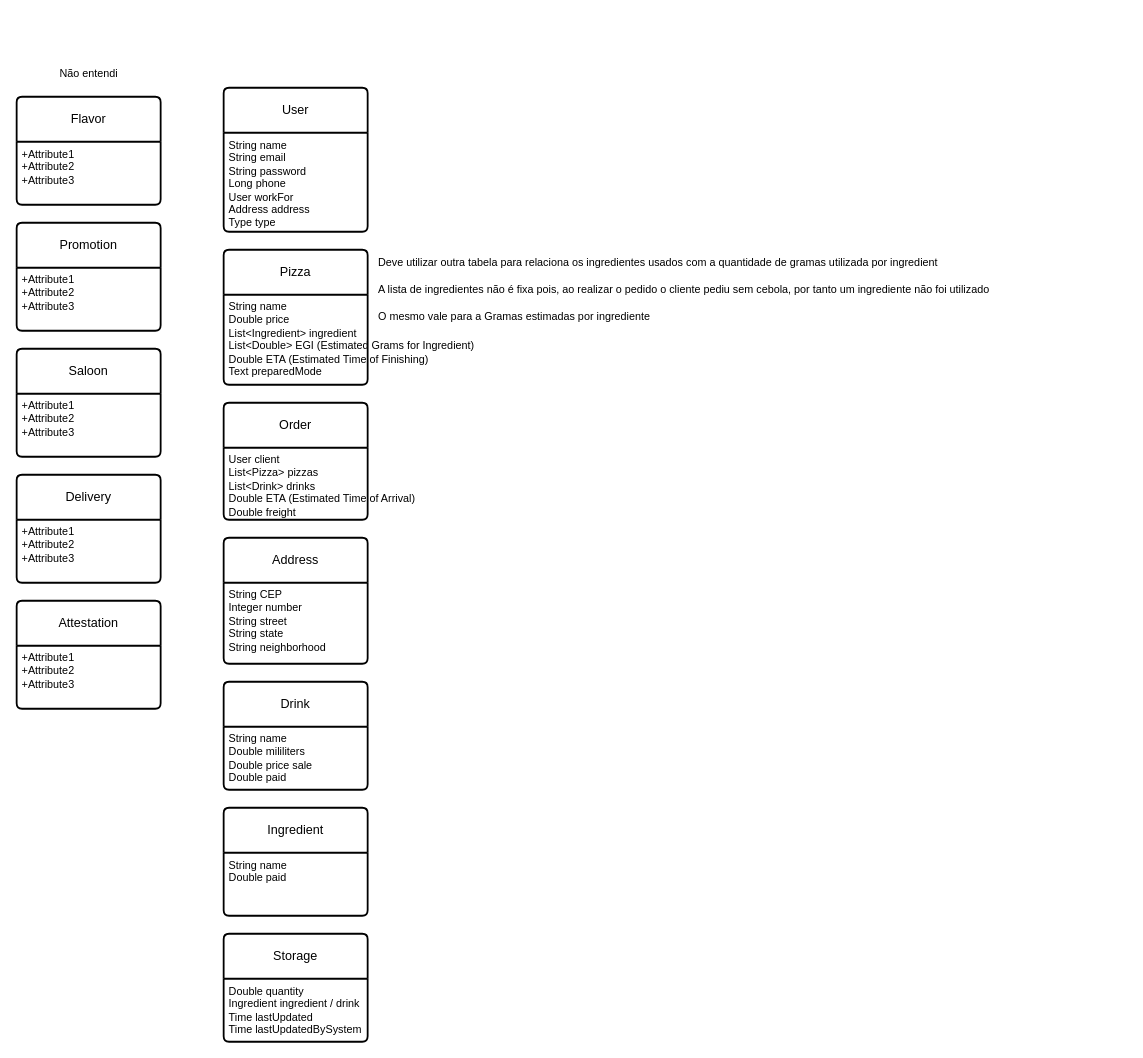
Before: page "Sketch_1-CD" (1 of 2) of DER Orderize.drawio in Sant-Thiago/Estudos, a draw.io diagram. Source tidied: cells renumbered, new cells numbered last; positions are measured from the earlier drawing's top-left corner, leaving out a move shared by most shapes. Both pictures are drawn from the tidied source at 90%, with x=0, y=0 at pixel (16, 60).
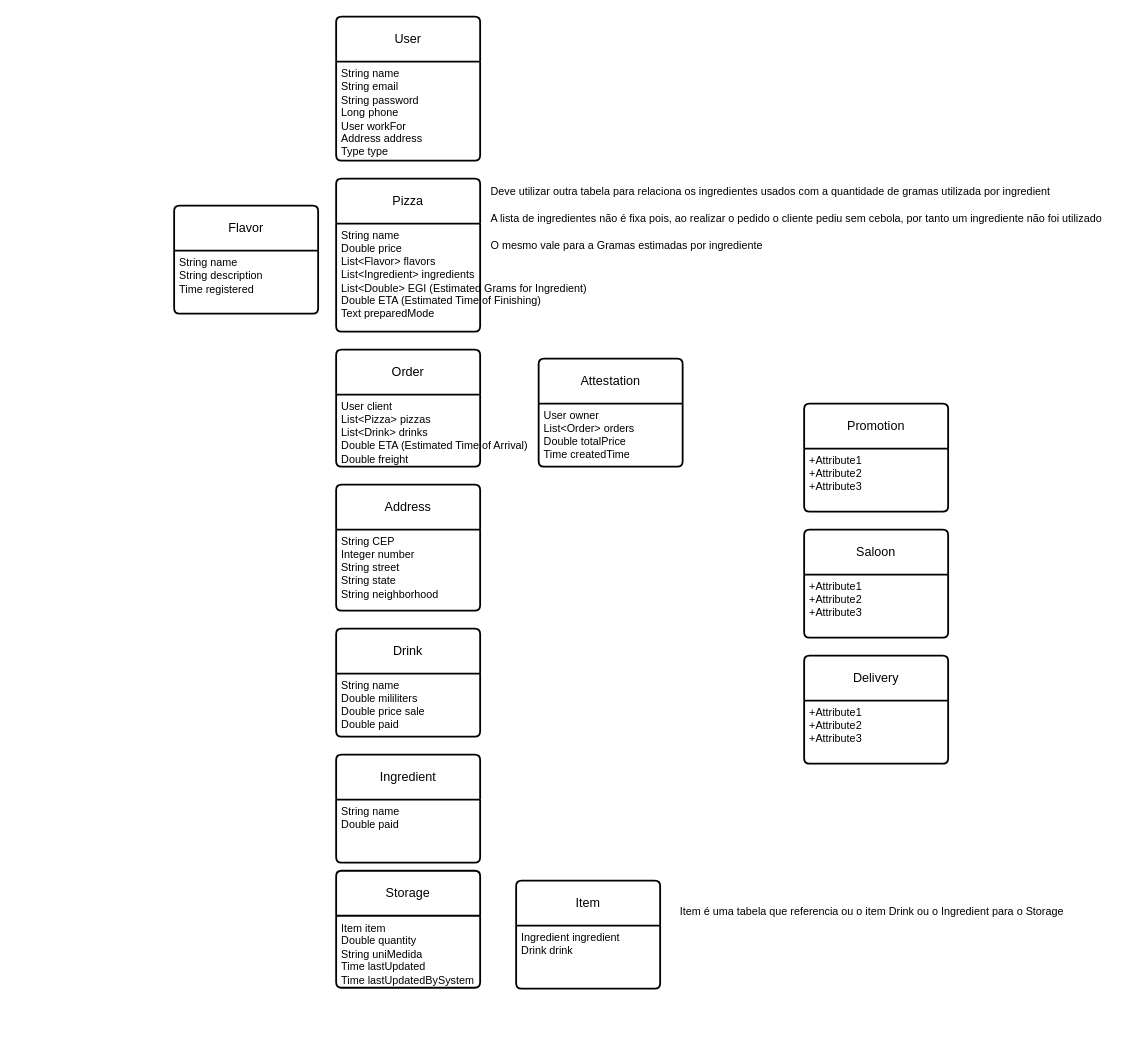
The same diagram, later.

What changed in the source:
```diff
@@
     <mxCell id="2" value="User" style="swimlane;horizontal=1;startSize=50;rounded=1;fontSize=14;fontStyle=0;strokeWidth=2;shadow=0;dashed=0;align=center;arcSize=4;whiteSpace=wrap;html=1;" parent="1" vertex="1">
-      <mxGeometry x="230" y="30" width="160" height="160" as="geometry" />
+      <mxGeometry x="355" y="-49" width="160" height="160" as="geometry" />
     </mxCell>
@@
     <mxCell id="4" value="Ord&lt;span style=&quot;background-color: initial;&quot;&gt;er&lt;/span&gt;" style="swimlane;horizontal=1;startSize=50;rounded=1;fontSize=14;fontStyle=0;strokeWidth=2;shadow=0;dashed=0;align=center;arcSize=4;whiteSpace=wrap;html=1;" parent="1" vertex="1">
-      <mxGeometry x="230" y="380" width="160" height="130" as="geometry" />
+      <mxGeometry x="355" y="321" width="160" height="130" as="geometry" />
     </mxCell>
@@
     <mxCell id="6" value="Flavor" style="swimlane;horizontal=1;startSize=50;rounded=1;fontSize=14;fontStyle=0;strokeWidth=2;shadow=0;dashed=0;align=center;arcSize=4;whiteSpace=wrap;html=1;" parent="1" vertex="1">
-      <mxGeometry y="40" width="160" height="120" as="geometry" />
+      <mxGeometry x="175" y="161" width="160" height="120" as="geometry" />
     </mxCell>
-    <mxCell id="7" value="+Attribute1&#10;+Attribute2&#10;+Attribute3" style="align=left;strokeColor=none;fillColor=none;spacingLeft=4;fontSize=12;verticalAlign=top;html=1;" parent="6" vertex="1">
+    <mxCell id="7" value="&lt;div&gt;String name&lt;/div&gt;&lt;div&gt;String description&lt;/div&gt;&lt;div&gt;Time registered&lt;br&gt;&lt;/div&gt;" style="align=left;strokeColor=none;fillColor=none;spacingLeft=4;fontSize=12;verticalAlign=top;html=1;" parent="6" vertex="1">
       <mxGeometry y="50" width="160" height="70" as="geometry" />
     </mxCell>
     <mxCell id="8" value="Promotion" style="swimlane;horizontal=1;startSize=50;rounded=1;fontSize=14;fontStyle=0;strokeWidth=2;shadow=0;dashed=0;align=center;arcSize=4;whiteSpace=wrap;html=1;" parent="1" vertex="1">
-      <mxGeometry y="180" width="160" height="120" as="geometry" />
+      <mxGeometry x="875" y="381" width="160" height="120" as="geometry" />
     </mxCell>
@@
-    <mxCell id="10" value="Attestation" style="swimlane;horizontal=1;startSize=50;rounded=1;fontSize=14;fontStyle=0;strokeWidth=2;shadow=0;dashed=0;align=center;arcSize=4;whiteSpace=wrap;html=1;" parent="1" vertex="1">
-      <mxGeometry y="600" width="160" height="120" as="geometry" />
-    </mxCell>
-    <mxCell id="11" value="+Attribute1&#10;+Attribute2&#10;+Attribute3" style="align=left;strokeColor=none;fillColor=none;spacingLeft=4;fontSize=12;verticalAlign=top;html=1;" parent="10" vertex="1">
-      <mxGeometry y="50" width="160" height="70" as="geometry" />
-    </mxCell>
     <mxCell id="12" value="Drink" style="swimlane;horizontal=1;startSize=50;rounded=1;fontSize=14;fontStyle=0;strokeWidth=2;shadow=0;dashed=0;align=center;arcSize=4;whiteSpace=wrap;html=1;" parent="1" vertex="1">
-      <mxGeometry x="230" y="690" width="160" height="120" as="geometry" />
+      <mxGeometry x="355" y="631" width="160" height="120" as="geometry" />
     </mxCell>
@@
     <mxCell id="14" value="Address" style="swimlane;horizontal=1;startSize=50;rounded=1;fontSize=14;fontStyle=0;strokeWidth=2;shadow=0;dashed=0;align=center;arcSize=4;whiteSpace=wrap;html=1;" parent="1" vertex="1">
-      <mxGeometry x="230" y="530" width="160" height="140" as="geometry" />
+      <mxGeometry x="355" y="471" width="160" height="140" as="geometry" />
     </mxCell>
@@
     <mxCell id="16" value="Storage" style="swimlane;horizontal=1;startSize=50;rounded=1;fontSize=14;fontStyle=0;strokeWidth=2;shadow=0;dashed=0;align=center;arcSize=4;whiteSpace=wrap;html=1;" parent="1" vertex="1">
-      <mxGeometry x="230" y="970" width="160" height="120" as="geometry" />
+      <mxGeometry x="355" y="900" width="160" height="130" as="geometry" />
     </mxCell>
-    <mxCell id="17" value="Double quantity&lt;div&gt;Ingredient ingredient / drink&lt;/div&gt;&lt;div&gt;Time lastUpdated&lt;/div&gt;&lt;div&gt;Time lastUpdatedBySystem&lt;br&gt;&lt;/div&gt;" style="align=left;strokeColor=none;fillColor=none;spacingLeft=4;fontSize=12;verticalAlign=top;html=1;" parent="16" vertex="1">
-      <mxGeometry y="50" width="160" height="70" as="geometry" />
+    <mxCell id="17" value="&lt;div&gt;Item item&lt;/div&gt;&lt;div&gt;Double quantity&lt;/div&gt;&lt;div&gt;String uniMedida&lt;br&gt;&lt;/div&gt;&lt;div&gt;Time lastUpdated&lt;/div&gt;&lt;div&gt;Time lastUpdatedBySystem&lt;br&gt;&lt;/div&gt;" style="align=left;strokeColor=none;fillColor=none;spacingLeft=4;fontSize=12;verticalAlign=top;html=1;" parent="16" vertex="1">
+      <mxGeometry y="50" width="160" height="80" as="geometry" />
     </mxCell>
     <mxCell id="18" value="Ingredient" style="swimlane;horizontal=1;startSize=50;rounded=1;fontSize=14;fontStyle=0;strokeWidth=2;shadow=0;dashed=0;align=center;arcSize=4;whiteSpace=wrap;html=1;" parent="1" vertex="1">
-      <mxGeometry x="230" y="830" width="160" height="120" as="geometry" />
+      <mxGeometry x="355" y="771" width="160" height="120" as="geometry" />
     </mxCell>
@@
     <mxCell id="20" value="Saloon" style="swimlane;horizontal=1;startSize=50;rounded=1;fontSize=14;fontStyle=0;strokeWidth=2;shadow=0;dashed=0;align=center;arcSize=4;whiteSpace=wrap;html=1;" parent="1" vertex="1">
-      <mxGeometry y="320" width="160" height="120" as="geometry" />
+      <mxGeometry x="875" y="521" width="160" height="120" as="geometry" />
     </mxCell>
@@
     <mxCell id="22" value="Delivery" style="swimlane;horizontal=1;startSize=50;rounded=1;fontSize=14;fontStyle=0;strokeWidth=2;shadow=0;dashed=0;align=center;arcSize=4;whiteSpace=wrap;html=1;" parent="1" vertex="1">
-      <mxGeometry y="460" width="160" height="120" as="geometry" />
+      <mxGeometry x="875" y="661" width="160" height="120" as="geometry" />
     </mxCell>
@@
-    <mxCell id="24" value="Não entendi" style="text;html=1;align=center;verticalAlign=middle;strokeColor=none;fillColor=none;fontFamily=Helvetica;fontSize=12;fontColor=default;" parent="1" vertex="1">
-      <mxGeometry x="35" width="90" height="30" as="geometry" />
-    </mxCell>
     <mxCell id="25" style="group;" parent="1" vertex="1">
-      <mxGeometry x="230" y="210" width="880" height="150" as="geometry" />
+      <mxGeometry x="352" y="210" width="880" height="250" as="geometry" />
     </mxCell>
     <mxCell id="26" value="Pizza" style="swimlane;horizontal=1;startSize=50;rounded=1;fontSize=14;fontStyle=0;strokeWidth=2;shadow=0;dashed=0;align=center;arcSize=4;whiteSpace=wrap;html=1;" parent="25" vertex="1">
-      <mxGeometry width="160" height="150" as="geometry" />
+      <mxGeometry x="3" y="-79" width="160" height="170" as="geometry" />
     </mxCell>
-    <mxCell id="27" value="&lt;div&gt;String name&lt;/div&gt;&lt;div&gt;Double price&lt;/div&gt;List&amp;lt;Ingredient&amp;gt; ingredient&lt;div&gt;List&amp;lt;Double&amp;gt; EGI (&lt;span style=&quot;background-color: initial;&quot;&gt;Estimated&lt;/span&gt;&lt;span style=&quot;background-color: initial;&quot;&gt;&amp;nbsp;&lt;/span&gt;&lt;span style=&quot;background-color: initial;&quot;&gt;G&lt;/span&gt;&lt;span style=&quot;background-color: initial;&quot;&gt;rams for Ingredient&lt;/span&gt;&lt;span style=&quot;background-color: initial;&quot;&gt;)&lt;/span&gt;&lt;/div&gt;&lt;div&gt;Double&amp;nbsp;ETA (Estimated Time of Finishing)&lt;br&gt;&lt;/div&gt;&lt;div&gt;Text preparedMode&lt;/div&gt;" style="align=left;strokeColor=none;fillColor=none;spacingLeft=4;fontSize=12;verticalAlign=top;html=1;" parent="26" vertex="1">
-      <mxGeometry y="50" width="160" height="100" as="geometry" />
+    <mxCell id="27" value="&lt;div&gt;String name&lt;/div&gt;&lt;div&gt;Double price&lt;/div&gt;&lt;div&gt;List&amp;lt;Flavor&amp;gt; flavors&lt;br&gt;&lt;/div&gt;List&amp;lt;Ingredient&amp;gt; ingredients&lt;div&gt;List&amp;lt;Double&amp;gt; EGI (&lt;span style=&quot;background-color: initial;&quot;&gt;Estimated&lt;/span&gt;&lt;span style=&quot;background-color: initial;&quot;&gt;&amp;nbsp;&lt;/span&gt;&lt;span style=&quot;background-color: initial;&quot;&gt;G&lt;/span&gt;&lt;span style=&quot;background-color: initial;&quot;&gt;rams for Ingredient&lt;/span&gt;&lt;span style=&quot;background-color: initial;&quot;&gt;)&lt;/span&gt;&lt;/div&gt;&lt;div&gt;Double&amp;nbsp;ETA (Estimated Time of Finishing)&lt;br&gt;&lt;/div&gt;&lt;div&gt;Text preparedMode&lt;/div&gt;" style="align=left;strokeColor=none;fillColor=none;spacingLeft=4;fontSize=12;verticalAlign=top;html=1;" parent="26" vertex="1">
+      <mxGeometry y="50" width="160" height="120" as="geometry" />
     </mxCell>
     <mxCell id="28" value="Deve utilizar outra tabela para relaciona os ingredientes usados com a quantidade de gramas utilizada por ingredient" style="text;html=1;align=left;verticalAlign=middle;strokeColor=none;fillColor=none;fontFamily=Helvetica;fontSize=12;fontColor=default;" parent="25" vertex="1">
-      <mxGeometry x="170" width="650" height="30" as="geometry" />
+      <mxGeometry x="173" y="-79" width="650" height="30" as="geometry" />
     </mxCell>
     <mxCell id="29" value="A lista de ingredientes não é fixa pois, ao realizar o pedido o cliente pediu sem cebola, por tanto um ingrediente não foi utilizado&lt;span style=&quot;background-color: initial;&quot;&gt;&amp;nbsp;&lt;/span&gt;" style="text;html=1;align=left;verticalAlign=middle;strokeColor=none;fillColor=none;fontFamily=Helvetica;fontSize=12;fontColor=default;" parent="25" vertex="1">
-      <mxGeometry x="170" y="30" width="710" height="30" as="geometry" />
+      <mxGeometry x="173" y="-49" width="710" height="30" as="geometry" />
     </mxCell>
     <mxCell id="30" value="O mesmo vale para a Gramas estimadas por ingrediente" style="text;html=1;align=left;verticalAlign=middle;strokeColor=none;fillColor=none;fontFamily=Helvetica;fontSize=12;fontColor=default;" parent="25" vertex="1">
-      <mxGeometry x="170" y="60" width="330" height="30" as="geometry" />
+      <mxGeometry x="173" y="-19" width="330" height="30" as="geometry" />
     </mxCell>
+    <mxCell id="10" value="Attestation" style="swimlane;horizontal=1;startSize=50;rounded=1;fontSize=14;fontStyle=0;strokeWidth=2;shadow=0;dashed=0;align=center;arcSize=4;whiteSpace=wrap;html=1;" parent="25" vertex="1">
+      <mxGeometry x="228" y="121" width="160" height="120" as="geometry" />
+    </mxCell>
+    <mxCell id="11" value="&lt;div&gt;User owner&lt;br&gt;&lt;/div&gt;&lt;div&gt;List&amp;lt;Order&amp;gt; orders&lt;/div&gt;&lt;div&gt;Double totalPrice&lt;br&gt;&lt;/div&gt;&lt;div&gt;Time createdTime&lt;/div&gt;&lt;div&gt;&lt;br&gt;&lt;/div&gt;" style="align=left;strokeColor=none;fillColor=none;spacingLeft=4;fontSize=12;verticalAlign=top;html=1;" parent="10" vertex="1">
+      <mxGeometry y="50" width="160" height="70" as="geometry" />
+    </mxCell>
+    <mxCell id="31" value="Item" style="swimlane;horizontal=1;startSize=50;rounded=1;fontSize=14;fontStyle=0;strokeWidth=2;shadow=0;dashed=0;align=center;arcSize=4;whiteSpace=wrap;html=1;" parent="1" vertex="1">
+      <mxGeometry x="555" y="911" width="160" height="120" as="geometry" />
+    </mxCell>
+    <mxCell id="32" value="&lt;div&gt;Ingredient ingredient&lt;/div&gt;&lt;div&gt;Drink drink&lt;br&gt;&lt;/div&gt;" style="align=left;strokeColor=none;fillColor=none;spacingLeft=4;fontSize=12;verticalAlign=top;html=1;" parent="31" vertex="1">
+      <mxGeometry y="50" width="160" height="70" as="geometry" />
+    </mxCell>
+    <mxCell id="33" value="Item é uma tabela que referencia ou o item Drink ou o Ingredient para o Storage" style="text;html=1;align=center;verticalAlign=middle;strokeColor=none;fillColor=none;" parent="1" vertex="1">
+      <mxGeometry x="735" y="931" width="430" height="30" as="geometry" />
+    </mxCell>
```
